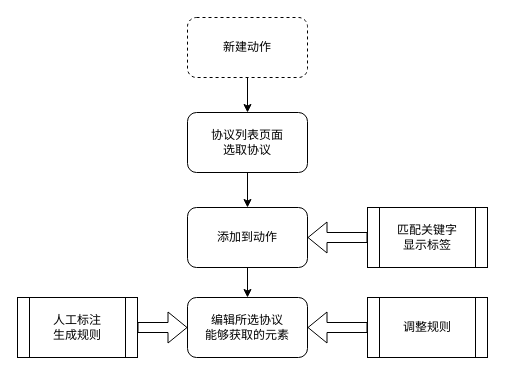
This is 动作筛选.drawio from ouyangtian/drawio, a draw.io file, before an edit. Source tidied: cells renumbered, new cells numbered last; positions are measured from the earlier drawing's top-left corner, leaving out a move shared by most shapes. Both pictures are drawn from the tidied source at 100%, with x=0, y=0 at pixel (17, 17).
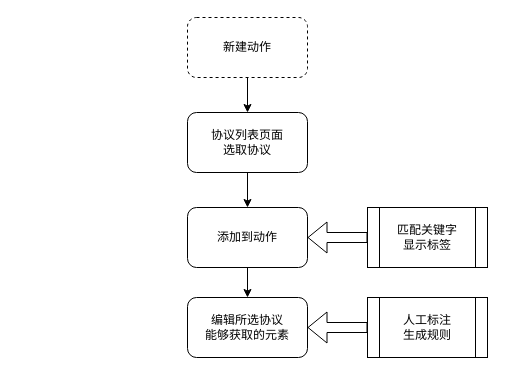
The same diagram, later.

Commit message (it also covers changes not shown here):
更新动作筛选.drawio

Diff of the diagram source:
```diff
@@
 <mxGraphModel>
   <root>
     <mxCell id="0" />
     <mxCell id="1" parent="0" />
     <mxCell id="2" value="新建动作" style="rounded=1;whiteSpace=wrap;html=1;dashed=1;" parent="1" vertex="1">
       <mxGeometry x="170" width="120" height="60" as="geometry" />
     </mxCell>
     <mxCell id="3" value="协议列表页面&lt;br&gt;选取协议" style="rounded=1;whiteSpace=wrap;html=1;" parent="1" vertex="1">
       <mxGeometry x="170" y="95" width="120" height="60" as="geometry" />
     </mxCell>
     <mxCell id="4" value="添加到动作" style="rounded=1;whiteSpace=wrap;html=1;" parent="1" vertex="1">
       <mxGeometry x="170" y="190" width="120" height="60" as="geometry" />
     </mxCell>
     <mxCell id="5" value="编辑所选协议&lt;br&gt;能够获取的元素" style="rounded=1;whiteSpace=wrap;html=1;" parent="1" vertex="1">
       <mxGeometry x="170" y="280" width="120" height="60" as="geometry" />
     </mxCell>
-    <mxCell id="6" value="调整规则" style="shape=process;whiteSpace=wrap;html=1;backgroundOutline=1;" parent="1" vertex="1">
+    <mxCell id="6" value="人工标注&lt;br&gt;生成规则" style="shape=process;whiteSpace=wrap;html=1;backgroundOutline=1;" parent="1" vertex="1">
       <mxGeometry x="350" y="280" width="120" height="60" as="geometry" />
     </mxCell>
     <mxCell id="7" style="shape=flexArrow;endArrow=classic;html=1;exitX=0;exitY=0.5;exitDx=0;exitDy=0;" parent="1" edge="1" source="6" target="5">
       <mxGeometry relative="1" as="geometry" />
     </mxCell>
     <mxCell id="8" style="endArrow=classic;html=1;exitX=0.5;exitY=1;exitDx=0;exitDy=0;entryX=0.5;entryY=0;entryDx=0;entryDy=0;" parent="1" edge="1" source="2" target="3">
       <mxGeometry relative="1" as="geometry" />
     </mxCell>
     <mxCell id="9" style="endArrow=classic;html=1;exitX=0.5;exitY=1;exitDx=0;exitDy=0;" parent="1" edge="1" source="3">
       <mxGeometry relative="1" as="geometry">
         <mxPoint x="230" y="190" as="targetPoint" />
       </mxGeometry>
     </mxCell>
     <mxCell id="10" style="endArrow=classic;html=1;" parent="1" edge="1" source="4" target="5">
       <mxGeometry relative="1" as="geometry" />
     </mxCell>
     <mxCell id="11" value="匹配关键字&lt;br&gt;显示标签" style="shape=process;whiteSpace=wrap;html=1;backgroundOutline=1;" parent="1" vertex="1">
       <mxGeometry x="350" y="190" width="120" height="60" as="geometry" />
     </mxCell>
     <mxCell id="12" style="shape=flexArrow;endArrow=classic;html=1;exitX=0;exitY=0.5;exitDx=0;exitDy=0;entryX=1;entryY=0.5;entryDx=0;entryDy=0;" parent="1" edge="1" source="11" target="4">
       <mxGeometry relative="1" as="geometry" />
     </mxCell>
-    <mxCell id="13" value="人工标注&lt;br&gt;生成规则" style="shape=process;whiteSpace=wrap;html=1;backgroundOutline=1;" parent="1" vertex="1">
-      <mxGeometry y="280" width="120" height="60" as="geometry" />
-    </mxCell>
-    <mxCell id="14" style="shape=flexArrow;endArrow=classic;html=1;entryX=0;entryY=0.5;entryDx=0;entryDy=0;exitX=1;exitY=0.5;exitDx=0;exitDy=0;" parent="1" edge="1" source="13" target="5">
-      <mxGeometry relative="1" as="geometry" />
-    </mxCell>
   </root>
 </mxGraphModel>
```
